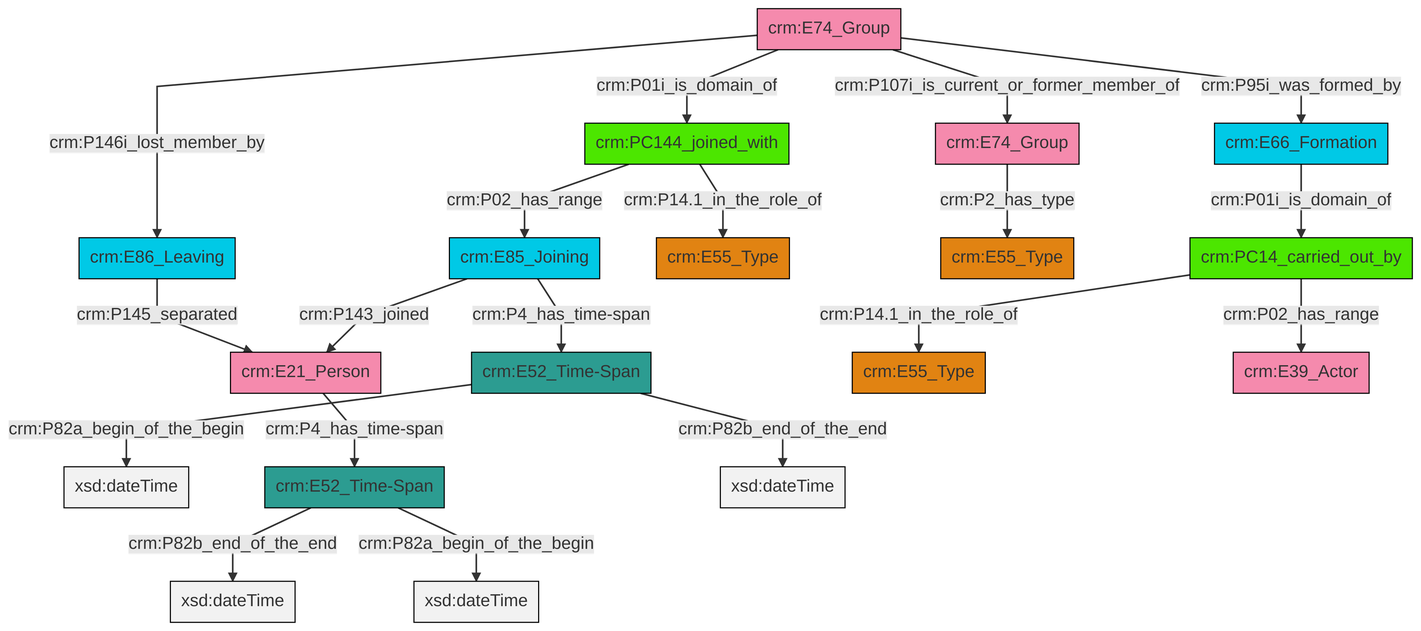
This is et/groupCSV/ttl/mmd/png/group_actor_relations.png from swiss-art-research-net/reference-data-models, a Mermaid export, as it was before one commit. Its source is kept beside it as et/groupCSV/ttl/mmd/group_actor_relations.ttl.mmd.
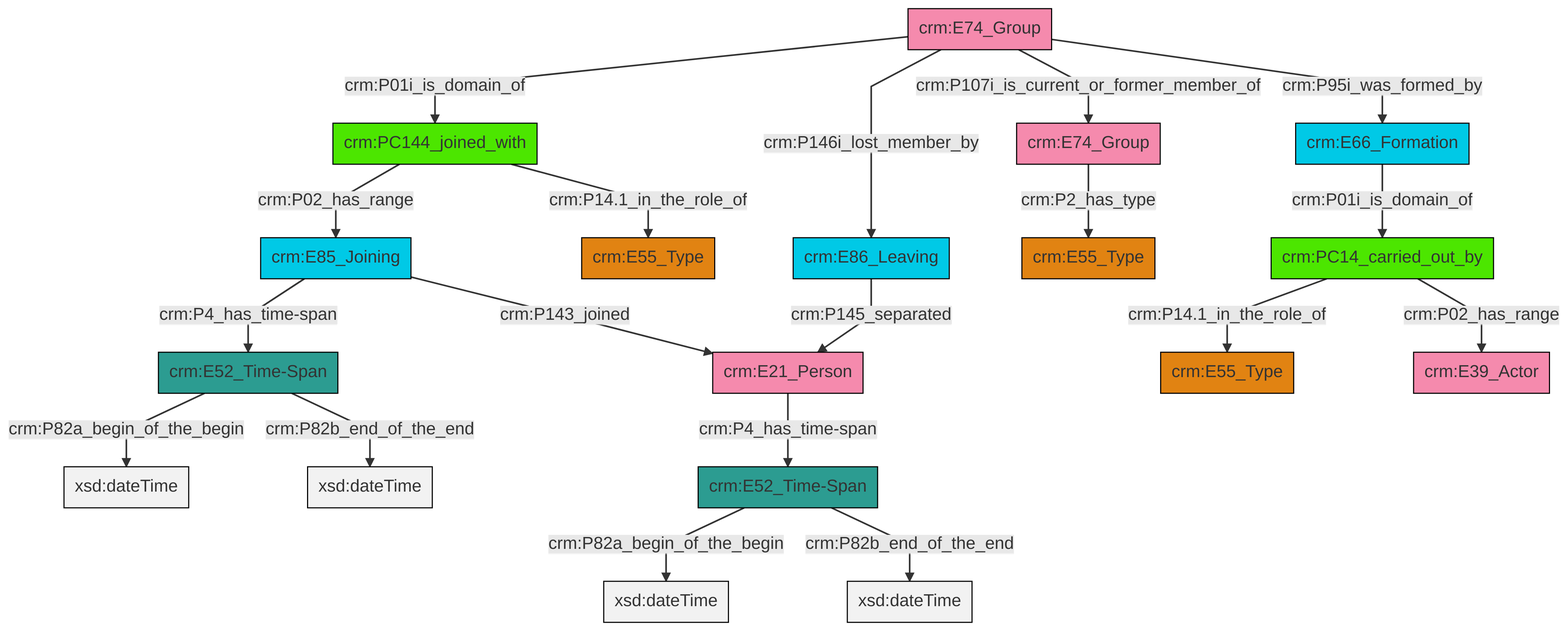
After the commit.

What changed in the source:
```diff
@@ -13,21 +13,21 @@
 classDef PC_Classes fill:#4ce600, stroke:#000000;
 classDef Multi fill:#cccccc,stroke:#000000;
 
-0["crm:E52_Time-Span"]:::Time-Span -->|crm:P82a_begin_of_the_begin| 1[xsd:dateTime]:::Literal
-2["crm:E85_Joining"]:::Temporal_Entity -->|crm:P4_has_time-span| 0["crm:E52_Time-Span"]:::Time-Span
-3["crm:E21_Person"]:::Actor -->|crm:P4_has_time-span| 5["crm:E52_Time-Span"]:::Time-Span
-6["crm:E74_Group"]:::Actor -->|crm:P146i_lost_member_by| 7["crm:E86_Leaving"]:::Temporal_Entity
-8["crm:PC144_joined_with"]:::PC_Classes -->|crm:P02_has_range| 2["crm:E85_Joining"]:::Temporal_Entity
-6["crm:E74_Group"]:::Actor -->|crm:P95i_was_formed_by| 13["crm:E66_Formation"]:::Temporal_Entity
-2["crm:E85_Joining"]:::Temporal_Entity -->|crm:P143_joined| 3["crm:E21_Person"]:::Actor
-6["crm:E74_Group"]:::Actor -->|crm:P01i_is_domain_of| 8["crm:PC144_joined_with"]:::PC_Classes
-7["crm:E86_Leaving"]:::Temporal_Entity -->|crm:P145_separated| 3["crm:E21_Person"]:::Actor
-14["crm:PC14_carried_out_by"]:::PC_Classes -->|crm:P14.1_in_the_role_of| 15["crm:E55_Type"]:::Type
-8["crm:PC144_joined_with"]:::PC_Classes -->|crm:P14.1_in_the_role_of| 9["crm:E55_Type"]:::Type
-13["crm:E66_Formation"]:::Temporal_Entity -->|crm:P01i_is_domain_of| 14["crm:PC14_carried_out_by"]:::PC_Classes
-14["crm:PC14_carried_out_by"]:::PC_Classes -->|crm:P02_has_range| 16["crm:E39_Actor"]:::Actor
-0["crm:E52_Time-Span"]:::Time-Span -->|crm:P82b_end_of_the_end| 23[xsd:dateTime]:::Literal
-5["crm:E52_Time-Span"]:::Time-Span -->|crm:P82b_end_of_the_end| 24[xsd:dateTime]:::Literal
-27["crm:E74_Group"]:::Actor -->|crm:P2_has_type| 11["crm:E55_Type"]:::Type
-6["crm:E74_Group"]:::Actor -->|crm:P107i_is_current_or_former_member_of| 27["crm:E74_Group"]:::Actor
-5["crm:E52_Time-Span"]:::Time-Span -->|crm:P82a_begin_of_the_begin| 30[xsd:dateTime]:::Literal
+6["crm:PC14_carried_out_by"]:::PC_Classes -->|crm:P14.1_in_the_role_of| 7["crm:E55_Type"]:::Type
+11["crm:E86_Leaving"]:::Temporal_Entity -->|crm:P145_separated| 2["crm:E21_Person"]:::Actor
+12["crm:E74_Group"]:::Actor -->|crm:P01i_is_domain_of| 13["crm:PC144_joined_with"]:::PC_Classes
+20["crm:E52_Time-Span"]:::Time-Span -->|crm:P82a_begin_of_the_begin| 22[xsd:dateTime]:::Literal
+25["crm:E85_Joining"]:::Temporal_Entity -->|crm:P4_has_time-span| 20["crm:E52_Time-Span"]:::Time-Span
+2["crm:E21_Person"]:::Actor -->|crm:P4_has_time-span| 4["crm:E52_Time-Span"]:::Time-Span
+23["crm:E74_Group"]:::Actor -->|crm:P2_has_type| 0["crm:E55_Type"]:::Type
+13["crm:PC144_joined_with"]:::PC_Classes -->|crm:P02_has_range| 25["crm:E85_Joining"]:::Temporal_Entity
+4["crm:E52_Time-Span"]:::Time-Span -->|crm:P82a_begin_of_the_begin| 31[xsd:dateTime]:::Literal
+6["crm:PC14_carried_out_by"]:::PC_Classes -->|crm:P02_has_range| 14["crm:E39_Actor"]:::Actor
+13["crm:PC144_joined_with"]:::PC_Classes -->|crm:P14.1_in_the_role_of| 16["crm:E55_Type"]:::Type
+20["crm:E52_Time-Span"]:::Time-Span -->|crm:P82b_end_of_the_end| 32[xsd:dateTime]:::Literal
+4["crm:E52_Time-Span"]:::Time-Span -->|crm:P82b_end_of_the_end| 33[xsd:dateTime]:::Literal
+12["crm:E74_Group"]:::Actor -->|crm:P146i_lost_member_by| 11["crm:E86_Leaving"]:::Temporal_Entity
+9["crm:E66_Formation"]:::Temporal_Entity -->|crm:P01i_is_domain_of| 6["crm:PC14_carried_out_by"]:::PC_Classes
+12["crm:E74_Group"]:::Actor -->|crm:P107i_is_current_or_former_member_of| 23["crm:E74_Group"]:::Actor
+25["crm:E85_Joining"]:::Temporal_Entity -->|crm:P143_joined| 2["crm:E21_Person"]:::Actor
+12["crm:E74_Group"]:::Actor -->|crm:P95i_was_formed_by| 9["crm:E66_Formation"]:::Temporal_Entity
```
